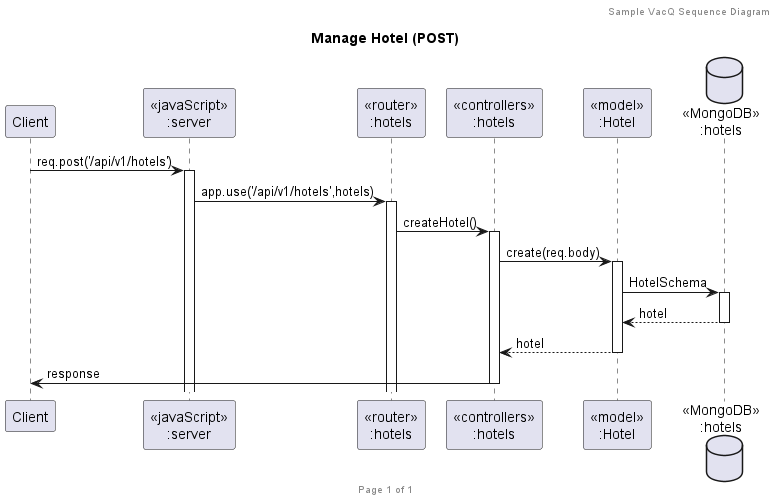
The PlantUML diagram diagram/sequence/hotels/hotelPOST/Manage Hotel (POST).png in n0n7/SWDev_Final, before a commit. Its diagram source:
```plantuml
@startuml Manage Hotel (POST)

header Sample VacQ Sequence Diagram
footer Page %page% of %lastpage%
title "Manage Hotel (POST)"

participant "Client" as client
participant "<<javaScript>>\n:server" as server
participant "<<router>>\n:hotels" as routerHotels
participant "<<controllers>>\n:hotels" as controllersHotels
participant "<<model>>\n:Hotel" as modelHotel
database "<<MongoDB>>\n:hotels" as HotelsDatabase

client->server ++:req.post('/api/v1/hotels')
server->routerHotels ++:app.use('/api/v1/hotels',hotels)
routerHotels -> controllersHotels ++:createHotel()
controllersHotels->modelHotel ++:create(req.body)
modelHotel ->HotelsDatabase ++: HotelSchema
HotelsDatabase --> modelHotel --: hotel
controllersHotels <-- modelHotel --:hotel
controllersHotels->client --:response

@enduml
```
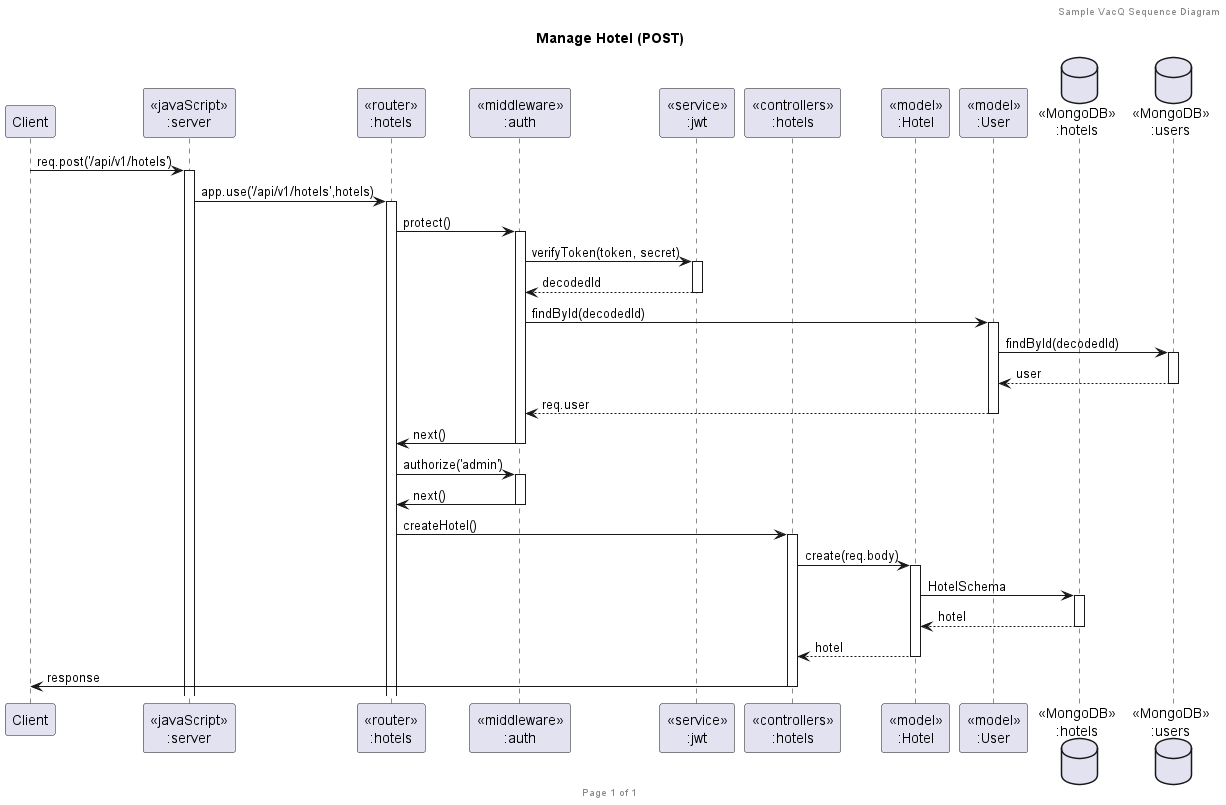
After the change.

The edit, as a diff of the source:
```diff
@@ -7,12 +7,30 @@
 participant "Client" as client
 participant "<<javaScript>>\n:server" as server
 participant "<<router>>\n:hotels" as routerHotels
+participant "<<middleware>>\n:auth" as authMiddleware
+participant "<<service>>\n:jwt" as jwtService
 participant "<<controllers>>\n:hotels" as controllersHotels
 participant "<<model>>\n:Hotel" as modelHotel
+participant "<<model>>\n:User" as modelUser
 database "<<MongoDB>>\n:hotels" as HotelsDatabase
+database "<<MongoDB>>\n:users" as UsersDatabase
 
 client->server ++:req.post('/api/v1/hotels')
 server->routerHotels ++:app.use('/api/v1/hotels',hotels)
+
+
+routerHotels -> authMiddleware ++:protect()
+authMiddleware -> jwtService ++:verifyToken(token, secret)
+authMiddleware <-- jwtService --: decodedId
+
+authMiddleware -> modelUser ++: findById(decodedId)
+modelUser -> UsersDatabase ++: findById(decodedId)
+modelUser <-- UsersDatabase --: user
+authMiddleware <-- modelUser --: req.user
+authMiddleware -> routerHotels --: next()
+routerHotels -> authMiddleware ++: authorize('admin')
+authMiddleware -> routerHotels --: next()
+
 routerHotels -> controllersHotels ++:createHotel()
 controllersHotels->modelHotel ++:create(req.body)
 modelHotel ->HotelsDatabase ++: HotelSchema
```
